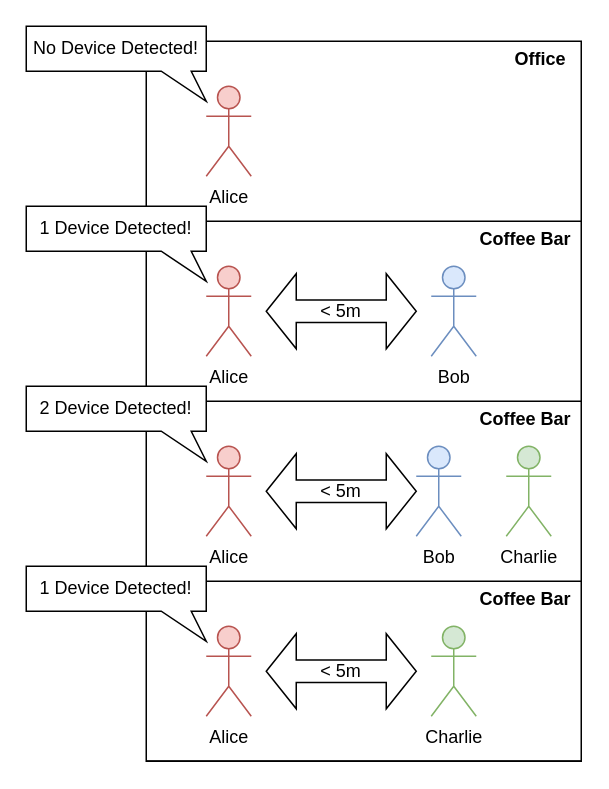
Above: essay/schemas/case-study-workflow.drawio in cipz/ArduTracker (draw.io), before the change. Source tidied: cells renumbered, new cells numbered last; positions are measured from the earlier drawing's top-left corner, leaving out a move shared by most shapes. Both pictures are drawn from the tidied source at 150%, with x=0, y=0 at pixel (26, 26).
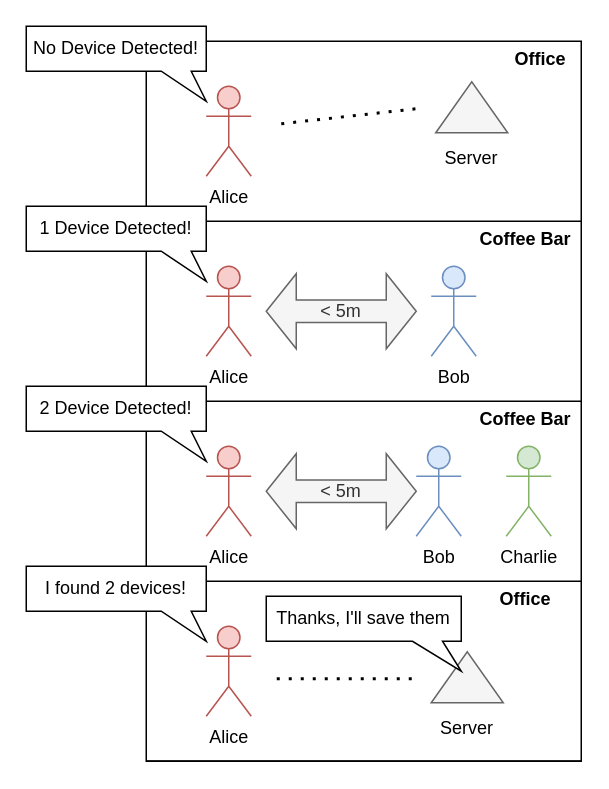
The same diagram, later.

Commit message (it also covers changes not shown here):
Case study workflow update with server

Change to the diagram source:
```diff
@@
-    <mxCell id="7" value="Charlie" style="shape=umlActor;verticalLabelPosition=bottom;verticalAlign=top;html=1;fillColor=#d5e8d4;strokeColor=#82b366;strokeWidth=1;perimeterSpacing=0;" parent="1" vertex="1">
-      <mxGeometry x="270" y="400" width="30" height="60" as="geometry" />
-    </mxCell>
-    <mxCell id="8" value="&amp;lt; 5m" style="shape=doubleArrow;whiteSpace=wrap;html=1;" parent="1" vertex="1">
+    <mxCell id="8" value="&amp;lt; 5m" style="shape=doubleArrow;whiteSpace=wrap;html=1;fillColor=#f5f5f5;strokeColor=#666666;fontColor=#333333;" parent="1" vertex="1">
       <mxGeometry x="160" y="165" width="100" height="50" as="geometry" />
     </mxCell>
@@
-    <mxCell id="15" value="&amp;lt; 5m" style="shape=doubleArrow;whiteSpace=wrap;html=1;" parent="1" vertex="1">
-      <mxGeometry x="160" y="405" width="100" height="50" as="geometry" />
-    </mxCell>
-    <mxCell id="16" value="&lt;div&gt;&amp;lt; 5m&lt;/div&gt;" style="shape=doubleArrow;whiteSpace=wrap;html=1;" parent="1" vertex="1">
+    <mxCell id="16" value="&lt;div&gt;&amp;lt; 5m&lt;/div&gt;" style="shape=doubleArrow;whiteSpace=wrap;html=1;fillColor=#f5f5f5;strokeColor=#666666;fontColor=#333333;" parent="1" vertex="1">
       <mxGeometry x="160" y="285" width="100" height="50" as="geometry" />
     </mxCell>
@@
-    <mxCell id="18" value="Coffee Bar" style="text;html=1;strokeColor=none;fillColor=none;align=center;verticalAlign=middle;whiteSpace=wrap;rounded=0;fontStyle=1;" parent="1" vertex="1">
+    <mxCell id="18" value="Office" style="text;html=1;strokeColor=none;fillColor=none;align=center;verticalAlign=middle;whiteSpace=wrap;rounded=0;fontStyle=1;" parent="1" vertex="1">
       <mxGeometry x="298" y="372" width="70" height="20" as="geometry" />
     </mxCell>
@@
-    <mxCell id="24" value="1 Device Detected!" style="shape=callout;whiteSpace=wrap;html=1;perimeter=calloutPerimeter;position2=1;base=20;size=20;position=0.75;" parent="1" vertex="1">
+    <mxCell id="24" value="I found 2 devices!" style="shape=callout;whiteSpace=wrap;html=1;perimeter=calloutPerimeter;position2=1;base=20;size=20;position=0.75;" parent="1" vertex="1">
       <mxGeometry y="360" width="120" height="50" as="geometry" />
     </mxCell>
@@
+    <mxCell id="26" style="triangle;whiteSpace=wrap;rotation=-90;textDirection=ltr;html=1;fillColor=#f5f5f5;strokeColor=#666666;fontColor=#333333;" parent="1" vertex="1">
+      <mxGeometry x="280" y="30" width="34" height="48" as="geometry" />
+    </mxCell>
+    <mxCell id="27" value="Server" style="text;html=1;strokeColor=none;fillColor=none;align=center;verticalAlign=middle;whiteSpace=wrap;rounded=0;" parent="1" vertex="1">
+      <mxGeometry x="277" y="78" width="40" height="20" as="geometry" />
+    </mxCell>
+    <mxCell id="28" style="endArrow=none;dashed=1;html=1;dashPattern=1 3;strokeWidth=2;" parent="1" edge="1">
+      <mxGeometry relative="1" as="geometry">
+        <mxPoint x="170" y="65" as="sourcePoint" />
+        <mxPoint x="260" y="55" as="targetPoint" />
+      </mxGeometry>
+    </mxCell>
+    <mxCell id="29" style="triangle;whiteSpace=wrap;rotation=-90;textDirection=ltr;html=1;fillColor=#f5f5f5;strokeColor=#666666;fontColor=#333333;" parent="1" vertex="1">
+      <mxGeometry x="277" y="410" width="34" height="48" as="geometry" />
+    </mxCell>
+    <mxCell id="30" value="Server" style="text;html=1;strokeColor=none;fillColor=none;align=center;verticalAlign=middle;whiteSpace=wrap;rounded=0;" parent="1" vertex="1">
+      <mxGeometry x="274" y="458" width="40" height="20" as="geometry" />
+    </mxCell>
+    <mxCell id="31" style="endArrow=none;dashed=1;html=1;dashPattern=1 3;strokeWidth=2;" parent="1" edge="1">
+      <mxGeometry relative="1" as="geometry">
+        <mxPoint x="167" y="435" as="sourcePoint" />
+        <mxPoint x="257" y="435" as="targetPoint" />
+      </mxGeometry>
+    </mxCell>
+    <mxCell id="32" value="Thanks, I'll save them" style="shape=callout;whiteSpace=wrap;html=1;perimeter=calloutPerimeter;position2=1;base=20;size=20;position=0.75;" parent="1" vertex="1">
+      <mxGeometry x="160" y="380" width="130" height="50" as="geometry" />
+    </mxCell>
```
